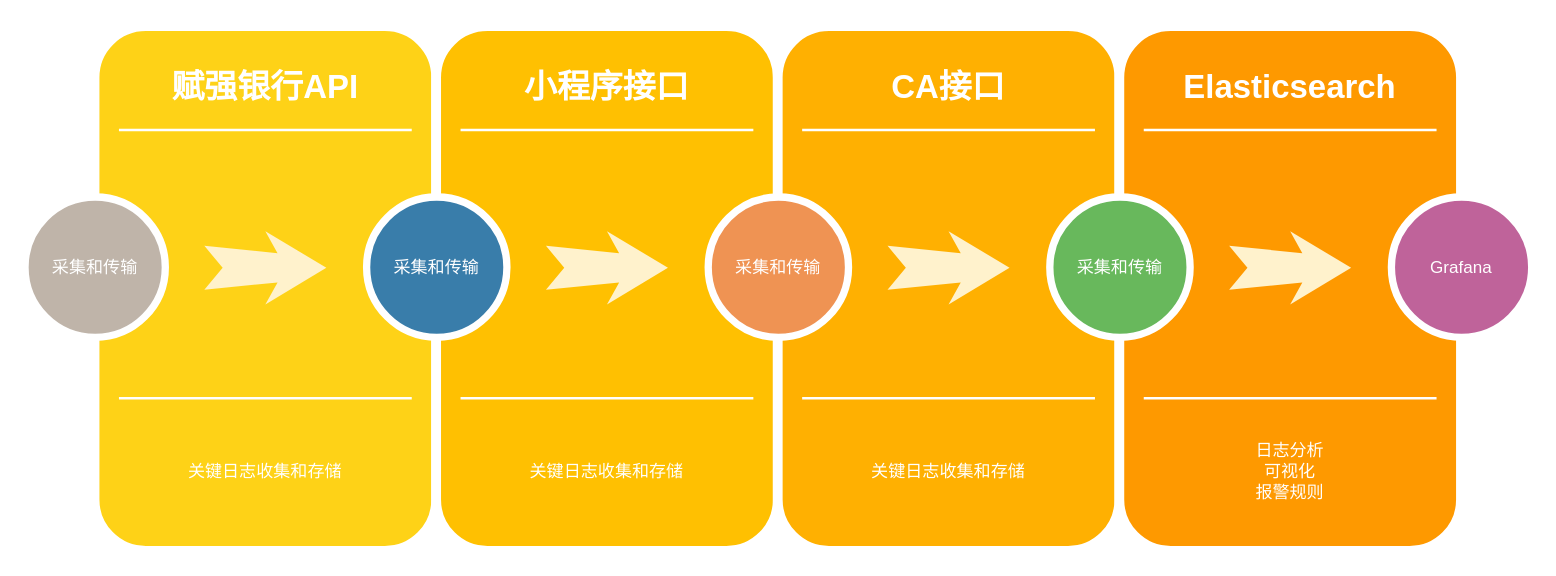
wuyongfeng/wuyongfeng keeps this draw.io diagram as page "服务器监控" (4 of 4) of 监控平台.drawio. Above is the earlier version. Source tidied: cells renumbered, new cells numbered last; positions are measured from the earlier drawing's top-left corner, leaving out a move shared by most shapes. Both pictures are drawn from the tidied source at 122%, with x=0, y=0 at pixel (24, 26).
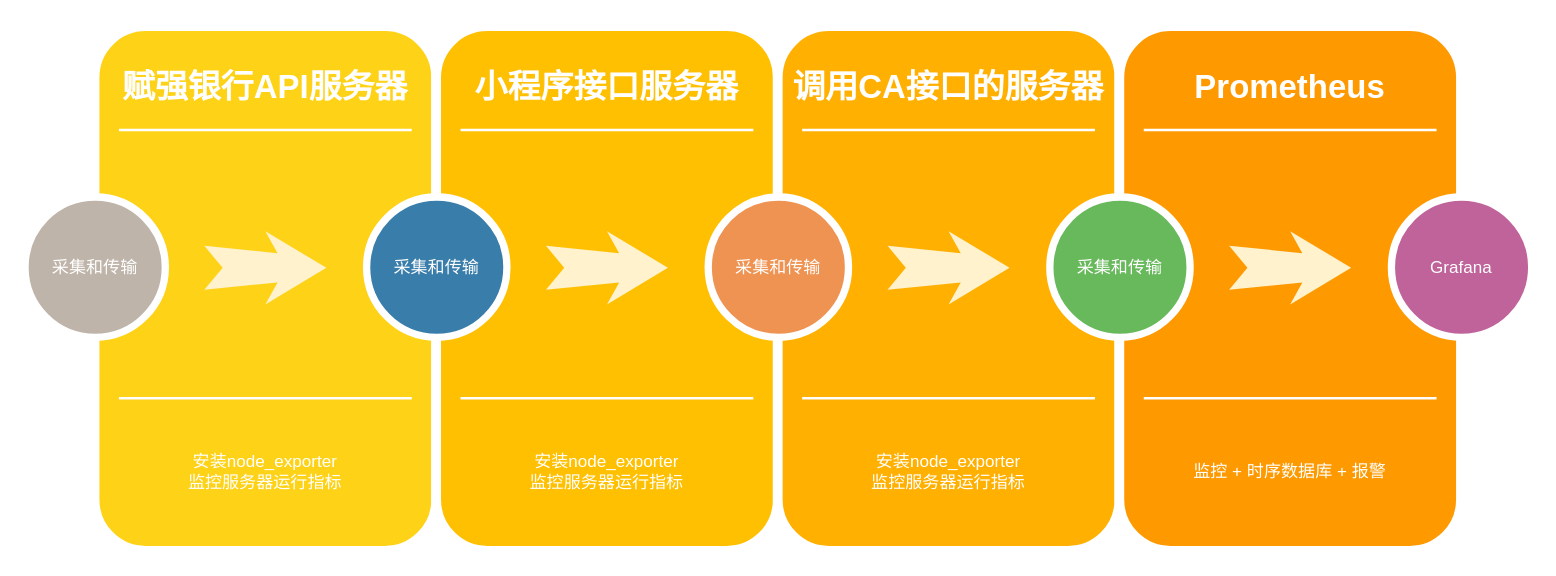
After the change.

Diff of the diagram source:
```diff
@@
-    <mxCell id="3" value="赋强银行API" style="text;html=1;strokeColor=none;fillColor=none;align=center;verticalAlign=middle;whiteSpace=wrap;rounded=0;shadow=0;fontSize=27;fontColor=#FFFFFF;fontStyle=1;" parent="1" vertex="1">
-      <mxGeometry x="57" y="20" width="280" height="60" as="geometry" />
-    </mxCell>
-    <mxCell id="4" value="&lt;div&gt;关键日志收集和存储&lt;/div&gt;" style="text;html=1;strokeColor=none;fillColor=none;align=center;verticalAlign=middle;whiteSpace=wrap;rounded=0;shadow=0;fontSize=14;fontColor=#FFFFFF;" parent="1" vertex="1">
-      <mxGeometry x="57" y="320" width="280" height="90" as="geometry" />
-    </mxCell>
+    <mxCell id="31" value="赋强银行API服务器" style="text;html=1;strokeColor=none;fillColor=none;align=center;verticalAlign=middle;whiteSpace=wrap;rounded=0;shadow=0;fontSize=27;fontColor=#FFFFFF;fontStyle=1;" parent="1" vertex="1">
+      <mxGeometry x="57" y="20" width="280" height="60" as="geometry" />
+    </mxCell>
+    <mxCell id="32" value="安装node_exporter&lt;br&gt;监控服务器运行指标" style="text;html=1;strokeColor=none;fillColor=none;align=center;verticalAlign=middle;whiteSpace=wrap;rounded=0;shadow=0;fontSize=14;fontColor=#FFFFFF;" parent="1" vertex="1">
+      <mxGeometry x="57" y="320" width="280" height="90" as="geometry" />
+    </mxCell>
@@
-    <mxCell id="10" value="小程序接口" style="text;html=1;strokeColor=none;fillColor=none;align=center;verticalAlign=middle;whiteSpace=wrap;rounded=0;shadow=0;fontSize=27;fontColor=#FFFFFF;fontStyle=1;" parent="1" vertex="1">
-      <mxGeometry x="337" y="20" width="280" height="60" as="geometry" />
-    </mxCell>
-    <mxCell id="11" value="关键日志收集和存储" style="text;html=1;strokeColor=none;fillColor=none;align=center;verticalAlign=middle;whiteSpace=wrap;rounded=0;shadow=0;fontSize=14;fontColor=#FFFFFF;" parent="1" vertex="1">
-      <mxGeometry x="337" y="320" width="280" height="90" as="geometry" />
-    </mxCell>
+    <mxCell id="33" value="小程序接口服务器" style="text;html=1;strokeColor=none;fillColor=none;align=center;verticalAlign=middle;whiteSpace=wrap;rounded=0;shadow=0;fontSize=27;fontColor=#FFFFFF;fontStyle=1;" parent="1" vertex="1">
+      <mxGeometry x="337" y="20" width="280" height="60" as="geometry" />
+    </mxCell>
+    <mxCell id="34" value="安装node_exporter&lt;br&gt;监控服务器运行指标" style="text;html=1;strokeColor=none;fillColor=none;align=center;verticalAlign=middle;whiteSpace=wrap;rounded=0;shadow=0;fontSize=14;fontColor=#FFFFFF;" parent="1" vertex="1">
+      <mxGeometry x="337" y="320" width="280" height="90" as="geometry" />
+    </mxCell>
@@
-    <mxCell id="17" value="CA接口" style="text;html=1;strokeColor=none;fillColor=none;align=center;verticalAlign=middle;whiteSpace=wrap;rounded=0;shadow=0;fontSize=27;fontColor=#FFFFFF;fontStyle=1;" parent="1" vertex="1">
-      <mxGeometry x="617" y="20" width="280" height="60" as="geometry" />
-    </mxCell>
-    <mxCell id="18" value="关键日志收集和存储" style="text;html=1;strokeColor=none;fillColor=none;align=center;verticalAlign=middle;whiteSpace=wrap;rounded=0;shadow=0;fontSize=14;fontColor=#FFFFFF;" parent="1" vertex="1">
-      <mxGeometry x="617" y="320" width="280" height="90" as="geometry" />
-    </mxCell>
+    <mxCell id="35" value="调用CA接口的服务器" style="text;html=1;strokeColor=none;fillColor=none;align=center;verticalAlign=middle;whiteSpace=wrap;rounded=0;shadow=0;fontSize=27;fontColor=#FFFFFF;fontStyle=1;" parent="1" vertex="1">
+      <mxGeometry x="617" y="20" width="280" height="60" as="geometry" />
+    </mxCell>
+    <mxCell id="36" value="安装node_exporter&lt;br&gt;监控服务器运行指标" style="text;html=1;strokeColor=none;fillColor=none;align=center;verticalAlign=middle;whiteSpace=wrap;rounded=0;shadow=0;fontSize=14;fontColor=#FFFFFF;" parent="1" vertex="1">
+      <mxGeometry x="617" y="320" width="280" height="90" as="geometry" />
+    </mxCell>
@@
-    <mxCell id="24" value="Elasticsearch" style="text;html=1;strokeColor=none;fillColor=none;align=center;verticalAlign=middle;whiteSpace=wrap;rounded=0;shadow=0;fontSize=27;fontColor=#FFFFFF;fontStyle=1;" parent="1" vertex="1">
-      <mxGeometry x="897" y="20" width="280" height="60" as="geometry" />
-    </mxCell>
-    <mxCell id="25" value="&lt;div&gt;日志分析&lt;br&gt;可视化&lt;/div&gt;&lt;div&gt;报警规则&lt;/div&gt;" style="text;html=1;strokeColor=none;fillColor=none;align=center;verticalAlign=middle;whiteSpace=wrap;rounded=0;shadow=0;fontSize=14;fontColor=#FFFFFF;" parent="1" vertex="1">
-      <mxGeometry x="897" y="320" width="280" height="90" as="geometry" />
-    </mxCell>
+    <mxCell id="37" value="Prometheus" style="text;html=1;strokeColor=none;fillColor=none;align=center;verticalAlign=middle;whiteSpace=wrap;rounded=0;shadow=0;fontSize=27;fontColor=#FFFFFF;fontStyle=1;" parent="1" vertex="1">
+      <mxGeometry x="897" y="20" width="280" height="60" as="geometry" />
+    </mxCell>
+    <mxCell id="38" value="监控&amp;nbsp;+&amp;nbsp;时序数据库&amp;nbsp;+&amp;nbsp;报警" style="text;html=1;strokeColor=none;fillColor=none;align=center;verticalAlign=middle;whiteSpace=wrap;rounded=0;shadow=0;fontSize=14;fontColor=#FFFFFF;" parent="1" vertex="1">
+      <mxGeometry x="897" y="320" width="280" height="90" as="geometry" />
+    </mxCell>
```
